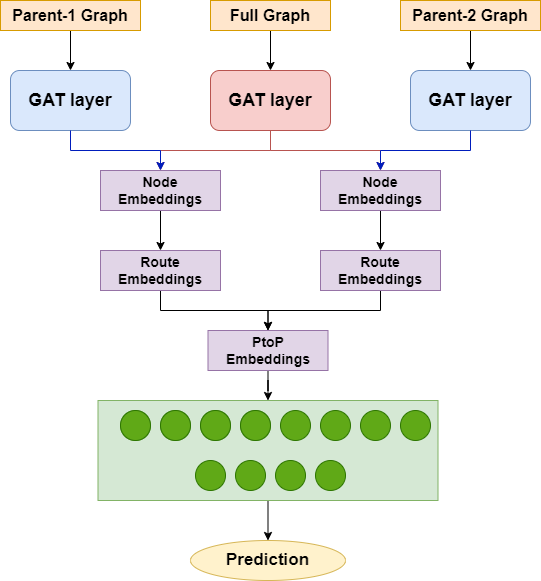
The draw.io diagram Model_diagram.png in SemUijen/SREX_GNN, before a commit. Source tidied: cells renumbered, new cells last; positions are measured from the earlier drawing's top-left corner, leaving out a move shared by most shapes. Its diagram source:
```xml
<mxGraphModel>
  <root>
    <mxCell id="0" />
    <mxCell id="1" parent="0" />
    <mxCell id="2" value="&lt;b&gt;&lt;font style=&quot;font-size: 18px;&quot;&gt;GAT layer&lt;/font&gt;&lt;/b&gt;" style="rounded=1;whiteSpace=wrap;html=1;fillColor=#dae8fc;strokeColor=#6c8ebf;" parent="1" vertex="1">
      <mxGeometry x="10" y="70" width="120" height="60" as="geometry" />
    </mxCell>
    <mxCell id="3" value="&lt;b&gt;&lt;font style=&quot;font-size: 18px;&quot;&gt;GAT layer&lt;/font&gt;&lt;/b&gt;" style="rounded=1;whiteSpace=wrap;html=1;fillColor=#dae8fc;strokeColor=#6c8ebf;" parent="1" vertex="1">
      <mxGeometry x="410" y="70" width="120" height="60" as="geometry" />
    </mxCell>
    <mxCell id="4" style="edgeStyle=orthogonalEdgeStyle;rounded=0;jettySize=auto;html=1;" parent="1" edge="1" source="5" target="2">
      <mxGeometry relative="1" as="geometry" />
    </mxCell>
    <mxCell id="5" value="&lt;b&gt;&lt;font style=&quot;font-size: 16px;&quot;&gt;Parent-1 Graph&lt;/font&gt;&lt;/b&gt;" style="rounded=0;whiteSpace=wrap;html=1;fillColor=#ffe6cc;strokeColor=#d79b00;" parent="1" vertex="1">
      <mxGeometry width="140" height="30" as="geometry" />
    </mxCell>
    <mxCell id="6" style="edgeStyle=orthogonalEdgeStyle;rounded=0;jettySize=auto;html=1;entryX=0.5;entryY=0;entryDx=0;entryDy=0;" parent="1" edge="1" source="8" target="10">
      <mxGeometry relative="1" as="geometry" />
    </mxCell>
    <mxCell id="7" style="edgeStyle=orthogonalEdgeStyle;rounded=0;jettySize=auto;html=1;fillColor=#f8cecc;strokeColor=#b85450;" parent="1" edge="1" source="10" target="12">
      <mxGeometry relative="1" as="geometry" />
    </mxCell>
    <mxCell id="8" value="&lt;span style=&quot;font-size: 16px;&quot;&gt;&lt;b&gt;Full Graph&lt;/b&gt;&lt;/span&gt;" style="rounded=0;whiteSpace=wrap;html=1;fillColor=#ffe6cc;strokeColor=#d79b00;" parent="1" vertex="1">
      <mxGeometry x="210" width="120" height="30" as="geometry" />
    </mxCell>
    <mxCell id="9" style="edgeStyle=orthogonalEdgeStyle;rounded=0;jettySize=auto;html=1;fillColor=#f8cecc;strokeColor=#b85450;" parent="1" edge="1" source="10" target="14">
      <mxGeometry relative="1" as="geometry" />
    </mxCell>
    <mxCell id="10" value="&lt;b&gt;&lt;font style=&quot;font-size: 18px;&quot;&gt;GAT layer&lt;/font&gt;&lt;/b&gt;" style="rounded=1;whiteSpace=wrap;html=1;fillColor=#f8cecc;strokeColor=#b85450;" parent="1" vertex="1">
      <mxGeometry x="210" y="70" width="120" height="60" as="geometry" />
    </mxCell>
    <mxCell id="11" style="edgeStyle=orthogonalEdgeStyle;rounded=0;jettySize=auto;html=1;entryX=0.5;entryY=0;entryDx=0;entryDy=0;" parent="1" edge="1" source="12" target="16">
      <mxGeometry relative="1" as="geometry" />
    </mxCell>
    <mxCell id="12" value="&lt;b&gt;&lt;font style=&quot;font-size: 14px;&quot;&gt;Node Embeddings&lt;/font&gt;&lt;/b&gt;" style="rounded=0;whiteSpace=wrap;html=1;fillColor=#e1d5e7;strokeColor=#9673a6;" parent="1" vertex="1">
      <mxGeometry x="100" y="170" width="120" height="40" as="geometry" />
    </mxCell>
    <mxCell id="13" style="edgeStyle=orthogonalEdgeStyle;rounded=0;jettySize=auto;html=1;entryX=0.5;entryY=0;entryDx=0;entryDy=0;" parent="1" edge="1" source="14" target="18">
      <mxGeometry relative="1" as="geometry" />
    </mxCell>
    <mxCell id="14" value="&lt;b&gt;&lt;font style=&quot;font-size: 14px;&quot;&gt;Node Embeddings&lt;/font&gt;&lt;/b&gt;" style="rounded=0;whiteSpace=wrap;html=1;fillColor=#e1d5e7;strokeColor=#9673a6;" parent="1" vertex="1">
      <mxGeometry x="320" y="170" width="120" height="40" as="geometry" />
    </mxCell>
    <mxCell id="15" style="edgeStyle=orthogonalEdgeStyle;rounded=0;jettySize=auto;html=1;entryX=0.5;entryY=0;entryDx=0;entryDy=0;" parent="1" edge="1" source="16" target="20">
      <mxGeometry relative="1" as="geometry" />
    </mxCell>
    <mxCell id="16" value="&lt;b&gt;&lt;font style=&quot;font-size: 14px;&quot;&gt;Route Embeddings&lt;/font&gt;&lt;/b&gt;" style="rounded=0;whiteSpace=wrap;html=1;fillColor=#e1d5e7;strokeColor=#9673a6;" parent="1" vertex="1">
      <mxGeometry x="100" y="250" width="120" height="40" as="geometry" />
    </mxCell>
    <mxCell id="17" style="edgeStyle=orthogonalEdgeStyle;rounded=0;jettySize=auto;html=1;entryX=0.5;entryY=0;entryDx=0;entryDy=0;" parent="1" edge="1" source="18" target="20">
      <mxGeometry relative="1" as="geometry" />
    </mxCell>
    <mxCell id="18" value="&lt;b&gt;&lt;font style=&quot;font-size: 14px;&quot;&gt;Route Embeddings&lt;/font&gt;&lt;/b&gt;" style="rounded=0;whiteSpace=wrap;html=1;fillColor=#e1d5e7;strokeColor=#9673a6;" parent="1" vertex="1">
      <mxGeometry x="320" y="250" width="120" height="40" as="geometry" />
    </mxCell>
    <mxCell id="19" style="edgeStyle=orthogonalEdgeStyle;rounded=0;jettySize=auto;html=1;" parent="1" edge="1" source="20" target="22">
      <mxGeometry relative="1" as="geometry" />
    </mxCell>
    <mxCell id="20" value="&lt;b&gt;&lt;font style=&quot;font-size: 14px;&quot;&gt;PtoP Embeddings&lt;/font&gt;&lt;/b&gt;" style="rounded=0;whiteSpace=wrap;html=1;fillColor=#e1d5e7;strokeColor=#9673a6;" parent="1" vertex="1">
      <mxGeometry x="207.5" y="330" width="120" height="40" as="geometry" />
    </mxCell>
    <mxCell id="21" style="edgeStyle=orthogonalEdgeStyle;rounded=0;jettySize=auto;html=1;entryX=0.5;entryY=0;entryDx=0;entryDy=0;" parent="1" edge="1" source="22" target="43">
      <mxGeometry relative="1" as="geometry" />
    </mxCell>
    <mxCell id="22" style="rounded=0;whiteSpace=wrap;html=1;fillColor=#d5e8d4;strokeColor=#82b366;" parent="1" vertex="1">
      <mxGeometry x="97.5" y="400" width="340" height="100" as="geometry" />
    </mxCell>
    <mxCell id="23" style="ellipse;whiteSpace=wrap;html=1;fillColor=#d5e8d4;strokeColor=#82b366;" parent="1" vertex="1">
      <mxGeometry x="120" y="410" width="30" height="30" as="geometry" />
    </mxCell>
    <mxCell id="24" style="ellipse;whiteSpace=wrap;html=1;fillColor=#d5e8d4;strokeColor=#82b366;" parent="1" vertex="1">
      <mxGeometry x="160" y="410" width="30" height="30" as="geometry" />
    </mxCell>
    <mxCell id="25" style="ellipse;whiteSpace=wrap;html=1;fillColor=#d5e8d4;strokeColor=#82b366;" parent="1" vertex="1">
      <mxGeometry x="200" y="410" width="30" height="30" as="geometry" />
    </mxCell>
    <mxCell id="26" style="ellipse;whiteSpace=wrap;html=1;fillColor=#d5e8d4;strokeColor=#82b366;" parent="1" vertex="1">
      <mxGeometry x="240" y="410" width="30" height="30" as="geometry" />
    </mxCell>
    <mxCell id="27" style="ellipse;whiteSpace=wrap;html=1;fillColor=#60a917;strokeColor=#2D7600;fontColor=#ffffff;" parent="1" vertex="1">
      <mxGeometry x="280" y="410" width="30" height="30" as="geometry" />
    </mxCell>
    <mxCell id="28" style="ellipse;whiteSpace=wrap;html=1;fillColor=#60a917;strokeColor=#2D7600;fontColor=#ffffff;" parent="1" vertex="1">
      <mxGeometry x="320" y="410" width="30" height="30" as="geometry" />
    </mxCell>
    <mxCell id="29" style="ellipse;whiteSpace=wrap;html=1;fillColor=#60a917;strokeColor=#2D7600;fontColor=#ffffff;" parent="1" vertex="1">
      <mxGeometry x="360" y="410" width="30" height="30" as="geometry" />
    </mxCell>
    <mxCell id="30" style="ellipse;whiteSpace=wrap;html=1;fillColor=#60a917;strokeColor=#2D7600;fontColor=#ffffff;" parent="1" vertex="1">
      <mxGeometry x="400" y="410" width="30" height="30" as="geometry" />
    </mxCell>
    <mxCell id="31" style="ellipse;whiteSpace=wrap;html=1;fillColor=#60a917;strokeColor=#2D7600;fontColor=#ffffff;" parent="1" vertex="1">
      <mxGeometry x="195" y="460" width="30" height="30" as="geometry" />
    </mxCell>
    <mxCell id="32" style="ellipse;whiteSpace=wrap;html=1;fillColor=#60a917;strokeColor=#2D7600;fontColor=#ffffff;" parent="1" vertex="1">
      <mxGeometry x="235" y="460" width="30" height="30" as="geometry" />
    </mxCell>
    <mxCell id="33" style="ellipse;whiteSpace=wrap;html=1;fillColor=#60a917;strokeColor=#2D7600;fontColor=#ffffff;" parent="1" vertex="1">
      <mxGeometry x="275" y="460" width="30" height="30" as="geometry" />
    </mxCell>
    <mxCell id="34" style="ellipse;whiteSpace=wrap;html=1;fillColor=#60a917;strokeColor=#2D7600;fontColor=#ffffff;" parent="1" vertex="1">
      <mxGeometry x="315" y="460" width="30" height="30" as="geometry" />
    </mxCell>
    <mxCell id="35" style="ellipse;whiteSpace=wrap;html=1;fillColor=#d5e8d4;strokeColor=#82b366;" parent="1" vertex="1">
      <mxGeometry x="120" y="410" width="30" height="30" as="geometry" />
    </mxCell>
    <mxCell id="36" style="ellipse;whiteSpace=wrap;html=1;fillColor=#d5e8d4;strokeColor=#82b366;" parent="1" vertex="1">
      <mxGeometry x="160" y="410" width="30" height="30" as="geometry" />
    </mxCell>
    <mxCell id="37" style="ellipse;whiteSpace=wrap;html=1;fillColor=#d5e8d4;strokeColor=#82b366;" parent="1" vertex="1">
      <mxGeometry x="200" y="410" width="30" height="30" as="geometry" />
    </mxCell>
    <mxCell id="38" style="ellipse;whiteSpace=wrap;html=1;fillColor=#d5e8d4;strokeColor=#82b366;" parent="1" vertex="1">
      <mxGeometry x="240" y="410" width="30" height="30" as="geometry" />
    </mxCell>
    <mxCell id="39" style="ellipse;whiteSpace=wrap;html=1;fillColor=#60a917;strokeColor=#2D7600;fontColor=#ffffff;" parent="1" vertex="1">
      <mxGeometry x="120" y="410" width="30" height="30" as="geometry" />
    </mxCell>
    <mxCell id="40" style="ellipse;whiteSpace=wrap;html=1;fillColor=#60a917;strokeColor=#2D7600;fontColor=#ffffff;" parent="1" vertex="1">
      <mxGeometry x="160" y="410" width="30" height="30" as="geometry" />
    </mxCell>
    <mxCell id="41" style="ellipse;whiteSpace=wrap;html=1;fillColor=#60a917;strokeColor=#2D7600;fontColor=#ffffff;" parent="1" vertex="1">
      <mxGeometry x="200" y="410" width="30" height="30" as="geometry" />
    </mxCell>
    <mxCell id="42" style="ellipse;whiteSpace=wrap;html=1;fillColor=#60a917;strokeColor=#2D7600;fontColor=#ffffff;" parent="1" vertex="1">
      <mxGeometry x="240" y="410" width="30" height="30" as="geometry" />
    </mxCell>
    <mxCell id="43" value="&lt;b&gt;&lt;font style=&quot;font-size: 17px;&quot;&gt;Prediction&lt;/font&gt;&lt;/b&gt;" style="ellipse;whiteSpace=wrap;html=1;fillColor=#fff2cc;strokeColor=#d6b656;" parent="1" vertex="1">
      <mxGeometry x="190" y="540" width="155" height="40" as="geometry" />
    </mxCell>
    <mxCell id="44" style="edgeStyle=orthogonalEdgeStyle;rounded=0;jettySize=auto;html=1;fillColor=#0050ef;strokeColor=#001DBC;" parent="1" edge="1" source="2" target="12">
      <mxGeometry relative="1" as="geometry" />
    </mxCell>
    <mxCell id="45" style="edgeStyle=orthogonalEdgeStyle;rounded=0;jettySize=auto;html=1;entryX=0.5;entryY=0;entryDx=0;entryDy=0;fillColor=#0050ef;strokeColor=#001DBC;" parent="1" edge="1" source="3" target="14">
      <mxGeometry relative="1" as="geometry" />
    </mxCell>
    <mxCell id="46" style="edgeStyle=orthogonalEdgeStyle;rounded=0;jettySize=auto;html=1;entryX=0.5;entryY=0;entryDx=0;entryDy=0;" parent="1" edge="1" source="47" target="3">
      <mxGeometry relative="1" as="geometry" />
    </mxCell>
    <mxCell id="47" value="&lt;b&gt;&lt;font style=&quot;font-size: 16px;&quot;&gt;Parent-2 Graph&lt;/font&gt;&lt;/b&gt;" style="rounded=0;whiteSpace=wrap;html=1;fillColor=#ffe6cc;strokeColor=#d79b00;" parent="1" vertex="1">
      <mxGeometry x="400" width="140" height="30" as="geometry" />
    </mxCell>
  </root>
</mxGraphModel>
```
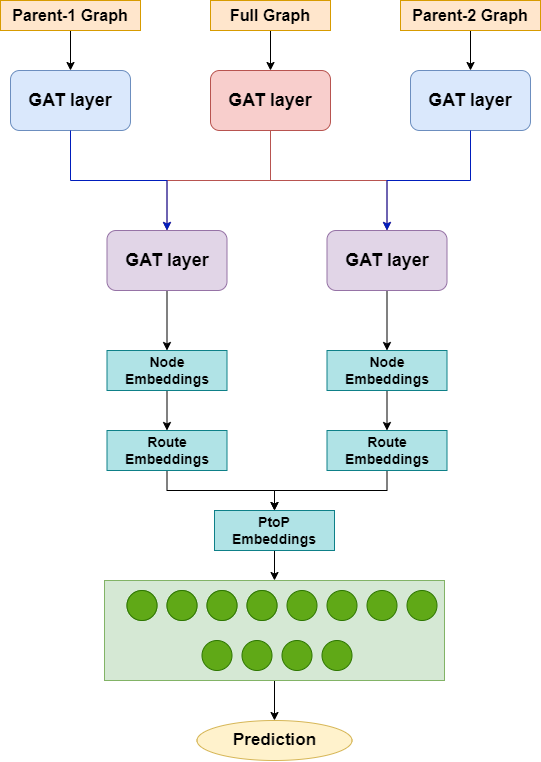
Later version of the same file.

Commit message:
updated model diagram

Change to the diagram source:
```diff
@@ -3,60 +3,60 @@
     <mxCell id="0" />
     <mxCell id="1" parent="0" />
     <mxCell id="2" value="&lt;b&gt;&lt;font style=&quot;font-size: 18px;&quot;&gt;GAT layer&lt;/font&gt;&lt;/b&gt;" style="rounded=1;whiteSpace=wrap;html=1;fillColor=#dae8fc;strokeColor=#6c8ebf;" parent="1" vertex="1">
-      <mxGeometry x="10" y="70" width="120" height="60" as="geometry" />
+      <mxGeometry x="3.5" y="-110" width="120" height="60" as="geometry" />
     </mxCell>
     <mxCell id="3" value="&lt;b&gt;&lt;font style=&quot;font-size: 18px;&quot;&gt;GAT layer&lt;/font&gt;&lt;/b&gt;" style="rounded=1;whiteSpace=wrap;html=1;fillColor=#dae8fc;strokeColor=#6c8ebf;" parent="1" vertex="1">
-      <mxGeometry x="410" y="70" width="120" height="60" as="geometry" />
+      <mxGeometry x="403.5" y="-110" width="120" height="60" as="geometry" />
     </mxCell>
     <mxCell id="4" style="edgeStyle=orthogonalEdgeStyle;rounded=0;jettySize=auto;html=1;" parent="1" edge="1" source="5" target="2">
       <mxGeometry relative="1" as="geometry" />
     </mxCell>
     <mxCell id="5" value="&lt;b&gt;&lt;font style=&quot;font-size: 16px;&quot;&gt;Parent-1 Graph&lt;/font&gt;&lt;/b&gt;" style="rounded=0;whiteSpace=wrap;html=1;fillColor=#ffe6cc;strokeColor=#d79b00;" parent="1" vertex="1">
-      <mxGeometry width="140" height="30" as="geometry" />
+      <mxGeometry x="-6.5" y="-180" width="140" height="30" as="geometry" />
     </mxCell>
     <mxCell id="6" style="edgeStyle=orthogonalEdgeStyle;rounded=0;jettySize=auto;html=1;entryX=0.5;entryY=0;entryDx=0;entryDy=0;" parent="1" edge="1" source="8" target="10">
       <mxGeometry relative="1" as="geometry" />
     </mxCell>
-    <mxCell id="7" style="edgeStyle=orthogonalEdgeStyle;rounded=0;jettySize=auto;html=1;fillColor=#f8cecc;strokeColor=#b85450;" parent="1" edge="1" source="10" target="12">
+    <mxCell id="7" style="edgeStyle=orthogonalEdgeStyle;rounded=0;jettySize=auto;html=1;fillColor=#f8cecc;strokeColor=#b85450;entryX=0.5;entryY=0;entryDx=0;entryDy=0;" parent="1" edge="1" source="10" target="49">
       <mxGeometry relative="1" as="geometry" />
     </mxCell>
     <mxCell id="8" value="&lt;span style=&quot;font-size: 16px;&quot;&gt;&lt;b&gt;Full Graph&lt;/b&gt;&lt;/span&gt;" style="rounded=0;whiteSpace=wrap;html=1;fillColor=#ffe6cc;strokeColor=#d79b00;" parent="1" vertex="1">
-      <mxGeometry x="210" width="120" height="30" as="geometry" />
+      <mxGeometry x="203.5" y="-180" width="120" height="30" as="geometry" />
     </mxCell>
-    <mxCell id="9" style="edgeStyle=orthogonalEdgeStyle;rounded=0;jettySize=auto;html=1;fillColor=#f8cecc;strokeColor=#b85450;" parent="1" edge="1" source="10" target="14">
+    <mxCell id="9" style="edgeStyle=orthogonalEdgeStyle;rounded=0;jettySize=auto;html=1;fillColor=#f8cecc;strokeColor=#b85450;entryX=0.5;entryY=0;entryDx=0;entryDy=0;" parent="1" edge="1" source="10" target="51">
       <mxGeometry relative="1" as="geometry" />
     </mxCell>
     <mxCell id="10" value="&lt;b&gt;&lt;font style=&quot;font-size: 18px;&quot;&gt;GAT layer&lt;/font&gt;&lt;/b&gt;" style="rounded=1;whiteSpace=wrap;html=1;fillColor=#f8cecc;strokeColor=#b85450;" parent="1" vertex="1">
-      <mxGeometry x="210" y="70" width="120" height="60" as="geometry" />
+      <mxGeometry x="203.5" y="-110" width="120" height="60" as="geometry" />
     </mxCell>
     <mxCell id="11" style="edgeStyle=orthogonalEdgeStyle;rounded=0;jettySize=auto;html=1;entryX=0.5;entryY=0;entryDx=0;entryDy=0;" parent="1" edge="1" source="12" target="16">
       <mxGeometry relative="1" as="geometry" />
     </mxCell>
-    <mxCell id="12" value="&lt;b&gt;&lt;font style=&quot;font-size: 14px;&quot;&gt;Node Embeddings&lt;/font&gt;&lt;/b&gt;" style="rounded=0;whiteSpace=wrap;html=1;fillColor=#e1d5e7;strokeColor=#9673a6;" parent="1" vertex="1">
+    <mxCell id="12" value="&lt;b&gt;&lt;font style=&quot;font-size: 14px;&quot;&gt;Node Embeddings&lt;/font&gt;&lt;/b&gt;" style="rounded=0;whiteSpace=wrap;html=1;fillColor=#b0e3e6;strokeColor=#0e8088;" parent="1" vertex="1">
       <mxGeometry x="100" y="170" width="120" height="40" as="geometry" />
     </mxCell>
     <mxCell id="13" style="edgeStyle=orthogonalEdgeStyle;rounded=0;jettySize=auto;html=1;entryX=0.5;entryY=0;entryDx=0;entryDy=0;" parent="1" edge="1" source="14" target="18">
       <mxGeometry relative="1" as="geometry" />
     </mxCell>
-    <mxCell id="14" value="&lt;b&gt;&lt;font style=&quot;font-size: 14px;&quot;&gt;Node Embeddings&lt;/font&gt;&lt;/b&gt;" style="rounded=0;whiteSpace=wrap;html=1;fillColor=#e1d5e7;strokeColor=#9673a6;" parent="1" vertex="1">
+    <mxCell id="14" value="&lt;b&gt;&lt;font style=&quot;font-size: 14px;&quot;&gt;Node Embeddings&lt;/font&gt;&lt;/b&gt;" style="rounded=0;whiteSpace=wrap;html=1;fillColor=#b0e3e6;strokeColor=#0e8088;" parent="1" vertex="1">
       <mxGeometry x="320" y="170" width="120" height="40" as="geometry" />
     </mxCell>
     <mxCell id="15" style="edgeStyle=orthogonalEdgeStyle;rounded=0;jettySize=auto;html=1;entryX=0.5;entryY=0;entryDx=0;entryDy=0;" parent="1" edge="1" source="16" target="20">
       <mxGeometry relative="1" as="geometry" />
     </mxCell>
-    <mxCell id="16" value="&lt;b&gt;&lt;font style=&quot;font-size: 14px;&quot;&gt;Route Embeddings&lt;/font&gt;&lt;/b&gt;" style="rounded=0;whiteSpace=wrap;html=1;fillColor=#e1d5e7;strokeColor=#9673a6;" parent="1" vertex="1">
+    <mxCell id="16" value="&lt;b&gt;&lt;font style=&quot;font-size: 14px;&quot;&gt;Route Embeddings&lt;/font&gt;&lt;/b&gt;" style="rounded=0;whiteSpace=wrap;html=1;fillColor=#b0e3e6;strokeColor=#0e8088;" parent="1" vertex="1">
       <mxGeometry x="100" y="250" width="120" height="40" as="geometry" />
     </mxCell>
     <mxCell id="17" style="edgeStyle=orthogonalEdgeStyle;rounded=0;jettySize=auto;html=1;entryX=0.5;entryY=0;entryDx=0;entryDy=0;" parent="1" edge="1" source="18" target="20">
       <mxGeometry relative="1" as="geometry" />
     </mxCell>
-    <mxCell id="18" value="&lt;b&gt;&lt;font style=&quot;font-size: 14px;&quot;&gt;Route Embeddings&lt;/font&gt;&lt;/b&gt;" style="rounded=0;whiteSpace=wrap;html=1;fillColor=#e1d5e7;strokeColor=#9673a6;" parent="1" vertex="1">
+    <mxCell id="18" value="&lt;b&gt;&lt;font style=&quot;font-size: 14px;&quot;&gt;Route Embeddings&lt;/font&gt;&lt;/b&gt;" style="rounded=0;whiteSpace=wrap;html=1;fillColor=#b0e3e6;strokeColor=#0e8088;" parent="1" vertex="1">
       <mxGeometry x="320" y="250" width="120" height="40" as="geometry" />
     </mxCell>
     <mxCell id="19" style="edgeStyle=orthogonalEdgeStyle;rounded=0;jettySize=auto;html=1;" parent="1" edge="1" source="20" target="22">
       <mxGeometry relative="1" as="geometry" />
     </mxCell>
-    <mxCell id="20" value="&lt;b&gt;&lt;font style=&quot;font-size: 14px;&quot;&gt;PtoP Embeddings&lt;/font&gt;&lt;/b&gt;" style="rounded=0;whiteSpace=wrap;html=1;fillColor=#e1d5e7;strokeColor=#9673a6;" parent="1" vertex="1">
+    <mxCell id="20" value="&lt;b&gt;&lt;font style=&quot;font-size: 14px;&quot;&gt;PtoP Embeddings&lt;/font&gt;&lt;/b&gt;" style="rounded=0;whiteSpace=wrap;html=1;fillColor=#b0e3e6;strokeColor=#0e8088;" parent="1" vertex="1">
       <mxGeometry x="207.5" y="330" width="120" height="40" as="geometry" />
     </mxCell>
     <mxCell id="21" style="edgeStyle=orthogonalEdgeStyle;rounded=0;jettySize=auto;html=1;entryX=0.5;entryY=0;entryDx=0;entryDy=0;" parent="1" edge="1" source="22" target="43">
@@ -128,17 +128,29 @@
     <mxCell id="43" value="&lt;b&gt;&lt;font style=&quot;font-size: 17px;&quot;&gt;Prediction&lt;/font&gt;&lt;/b&gt;" style="ellipse;whiteSpace=wrap;html=1;fillColor=#fff2cc;strokeColor=#d6b656;" parent="1" vertex="1">
       <mxGeometry x="190" y="540" width="155" height="40" as="geometry" />
     </mxCell>
-    <mxCell id="44" style="edgeStyle=orthogonalEdgeStyle;rounded=0;jettySize=auto;html=1;fillColor=#0050ef;strokeColor=#001DBC;" parent="1" edge="1" source="2" target="12">
+    <mxCell id="44" style="edgeStyle=orthogonalEdgeStyle;rounded=0;jettySize=auto;html=1;fillColor=#0050ef;strokeColor=#000000;" parent="1" edge="1" source="49" target="12">
       <mxGeometry relative="1" as="geometry" />
     </mxCell>
-    <mxCell id="45" style="edgeStyle=orthogonalEdgeStyle;rounded=0;jettySize=auto;html=1;entryX=0.5;entryY=0;entryDx=0;entryDy=0;fillColor=#0050ef;strokeColor=#001DBC;" parent="1" edge="1" source="3" target="14">
+    <mxCell id="45" style="edgeStyle=orthogonalEdgeStyle;rounded=0;jettySize=auto;html=1;entryX=0.5;entryY=0;entryDx=0;entryDy=0;fillColor=#0050ef;strokeColor=#000000;" parent="1" edge="1" source="51" target="14">
       <mxGeometry relative="1" as="geometry" />
     </mxCell>
     <mxCell id="46" style="edgeStyle=orthogonalEdgeStyle;rounded=0;jettySize=auto;html=1;entryX=0.5;entryY=0;entryDx=0;entryDy=0;" parent="1" edge="1" source="47" target="3">
       <mxGeometry relative="1" as="geometry" />
     </mxCell>
     <mxCell id="47" value="&lt;b&gt;&lt;font style=&quot;font-size: 16px;&quot;&gt;Parent-2 Graph&lt;/font&gt;&lt;/b&gt;" style="rounded=0;whiteSpace=wrap;html=1;fillColor=#ffe6cc;strokeColor=#d79b00;" parent="1" vertex="1">
-      <mxGeometry x="400" width="140" height="30" as="geometry" />
+      <mxGeometry x="393.5" y="-180" width="140" height="30" as="geometry" />
     </mxCell>
+    <mxCell id="48" style="edgeStyle=orthogonalEdgeStyle;rounded=0;jettySize=auto;html=1;fillColor=#0050ef;strokeColor=#001DBC;" parent="1" edge="1" source="2" target="49">
+      <mxGeometry relative="1" as="geometry" />
+    </mxCell>
+    <mxCell id="49" value="&lt;b&gt;&lt;font style=&quot;font-size: 18px;&quot;&gt;GAT layer&lt;/font&gt;&lt;/b&gt;" style="rounded=1;whiteSpace=wrap;html=1;fillColor=#e1d5e7;strokeColor=#9673a6;" parent="1" vertex="1">
+      <mxGeometry x="100" y="50" width="120" height="60" as="geometry" />
+    </mxCell>
+    <mxCell id="50" style="edgeStyle=orthogonalEdgeStyle;rounded=0;jettySize=auto;html=1;entryX=0.5;entryY=0;entryDx=0;entryDy=0;fillColor=#0050ef;strokeColor=#001DBC;" parent="1" edge="1" source="3" target="51">
+      <mxGeometry relative="1" as="geometry" />
+    </mxCell>
+    <mxCell id="51" value="&lt;b&gt;&lt;font style=&quot;font-size: 18px;&quot;&gt;GAT layer&lt;/font&gt;&lt;/b&gt;" style="rounded=1;whiteSpace=wrap;html=1;fillColor=#e1d5e7;strokeColor=#9673a6;" parent="1" vertex="1">
+      <mxGeometry x="320" y="50" width="120" height="60" as="geometry" />
+    </mxCell>
   </root>
 </mxGraphModel>
```
